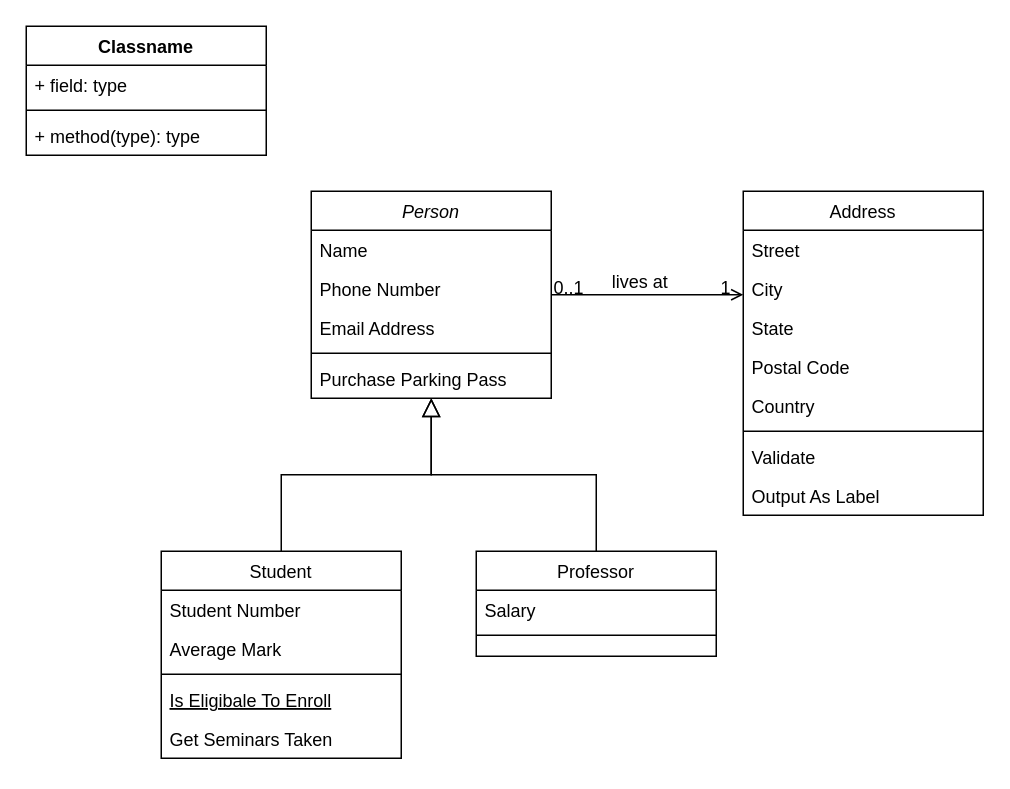
Above: Untitled Diagram.drawio in Malishkin/git (draw.io), before the change. Source tidied: cells renumbered, new cells numbered last; positions are measured from the earlier drawing's top-left corner, leaving out a move shared by most shapes. Both pictures are drawn from the tidied source at 150%, with x=0, y=0 at pixel (26, 26).
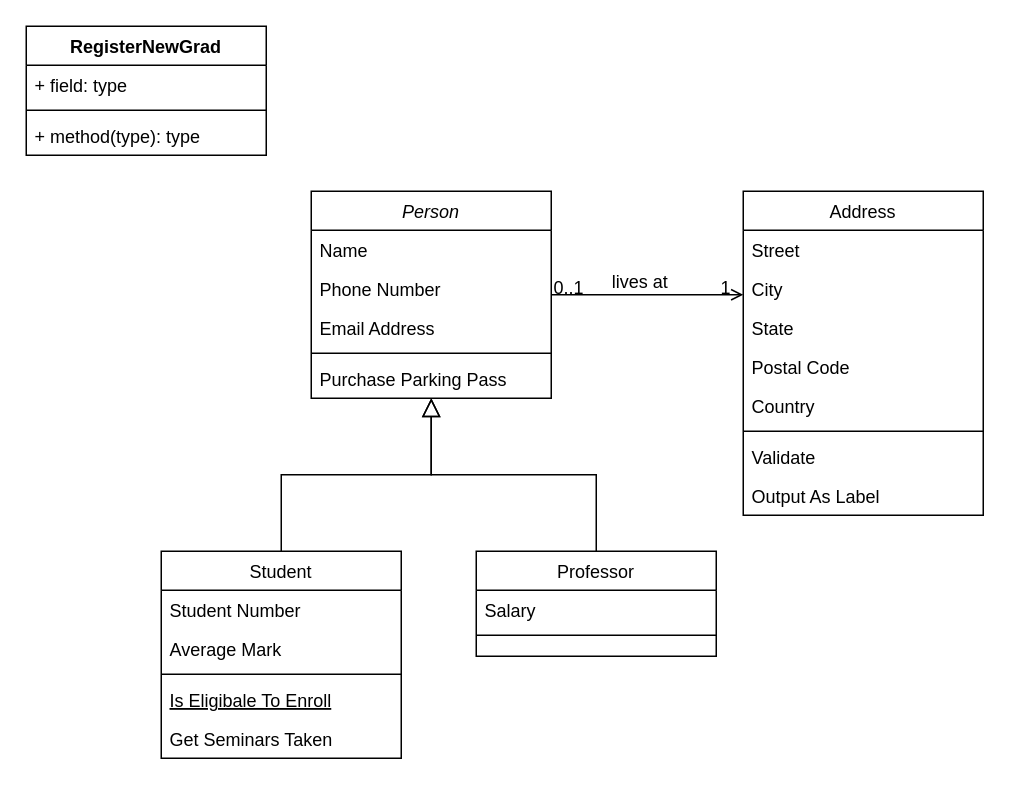
After the change.

Commit message:
Alumni System Diagram.drawio

Change to the diagram source:
```diff
@@
-    <mxCell id="32" value="Classname" style="swimlane;fontStyle=1;align=center;verticalAlign=top;horizontal=1;startSize=26;" parent="1" vertex="1">
+    <mxCell id="32" value="RegisterNewGrad" style="swimlane;fontStyle=1;align=center;verticalAlign=top;horizontal=1;startSize=26;" parent="1" vertex="1">
       <mxGeometry width="160" height="86" as="geometry" />
     </mxCell>
```
